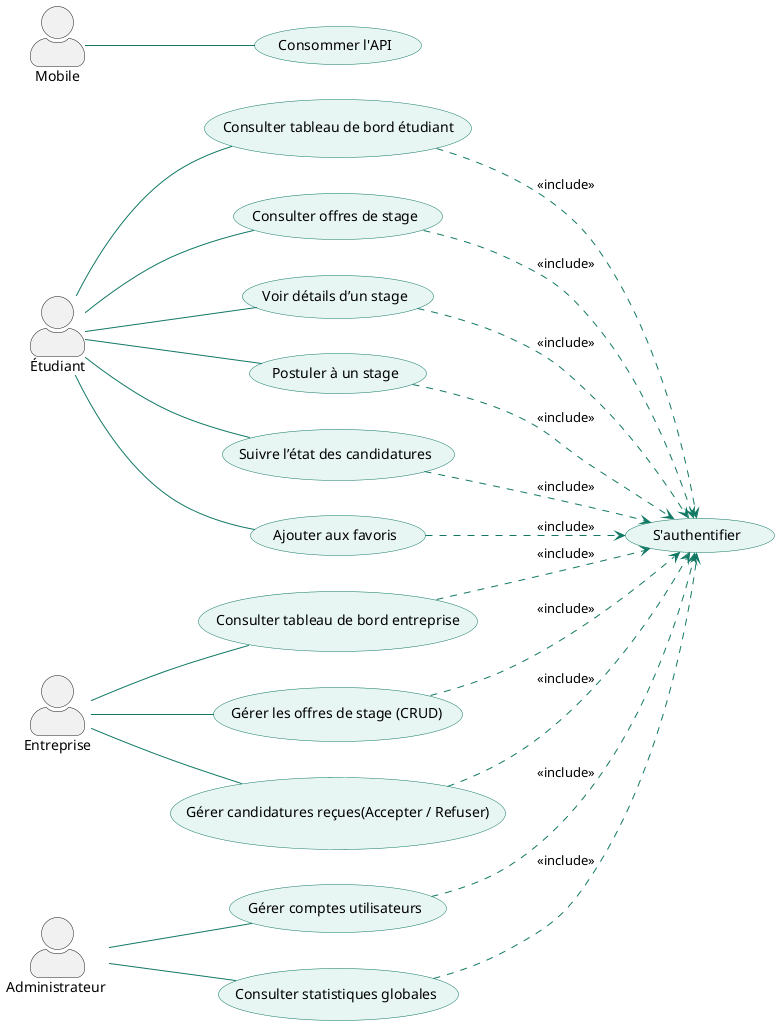
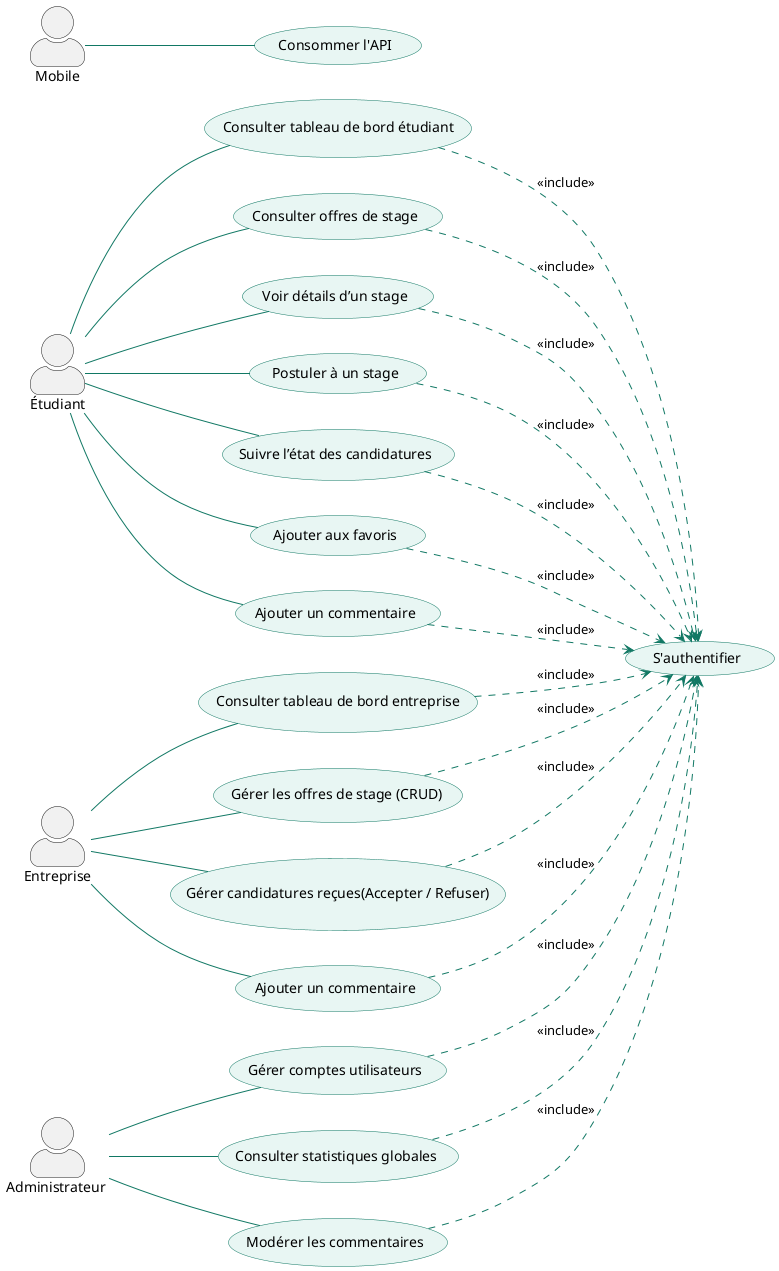
@startuml StageFlow_Sprint1_MVP
left to right direction
skinparam actorStyle awesome

skinparam usecase {
BackgroundColor #E8F6F3
BorderColor #117864
ArrowColor #117864
}

actor "Étudiant" as E
actor "Entreprise" as Ent
actor "Administrateur " as Admin
actor "Mobile" as Mob


' =========================
' Étudiant
' =========================

usecase "Consulter tableau de bord étudiant" as UC1
usecase "Consulter offres de stage" as UC2
usecase "Voir détails d’un stage" as UC3
usecase "Postuler à un stage" as UC4
usecase "Suivre l’état des candidatures" as UC5
usecase "Ajouter aux favoris" as UC6
+ usecase "Ajouter un commentaire" as UC12

E -- UC1
E -- UC2
E -- UC3
E -- UC4
E -- UC5
E -- UC6
+ E -- UC12


' =========================
' Entreprise
' =========================

usecase "Consulter tableau de bord entreprise" as UC7
usecase "Gérer les offres de stage (CRUD)" as UC8
usecase "Gérer candidatures reçues(Accepter / Refuser)" as UC9
+ usecase "Ajouter un commentaire" as UC13

Ent -- UC7
Ent -- UC8
Ent -- UC9
+ Ent -- UC13



' =========================
' Administrateur
' =========================

usecase "Gérer comptes utilisateurs" as UC10
usecase "Consulter statistiques globales" as UC11
+ usecase "Modérer les commentaires" as UC14

Admin -- UC10
Admin -- UC11
+ Admin -- UC14


' =========================
' Mobile
' =========================

usecase "Consommer l'API" as API

Mob -- API


' =========================
' Authentification
' =========================

usecase "S'authentifier" as Auth

UC1 ..> Auth : <<include>>
UC2 ..> Auth : <<include>>
UC3 ..> Auth : <<include>>
UC4 ..> Auth : <<include>>
UC5 ..> Auth : <<include>>
UC6 ..> Auth : <<include>>
UC7 ..> Auth : <<include>>
UC8 ..> Auth : <<include>>
UC9 ..> Auth : <<include>>
UC10 ..> Auth : <<include>>
UC11 ..> Auth : <<include>>
+ UC12 ..> Auth : <<include>>
+ UC13 ..> Auth : <<include>>
+ UC14 ..> Auth : <<include>>

@enduml